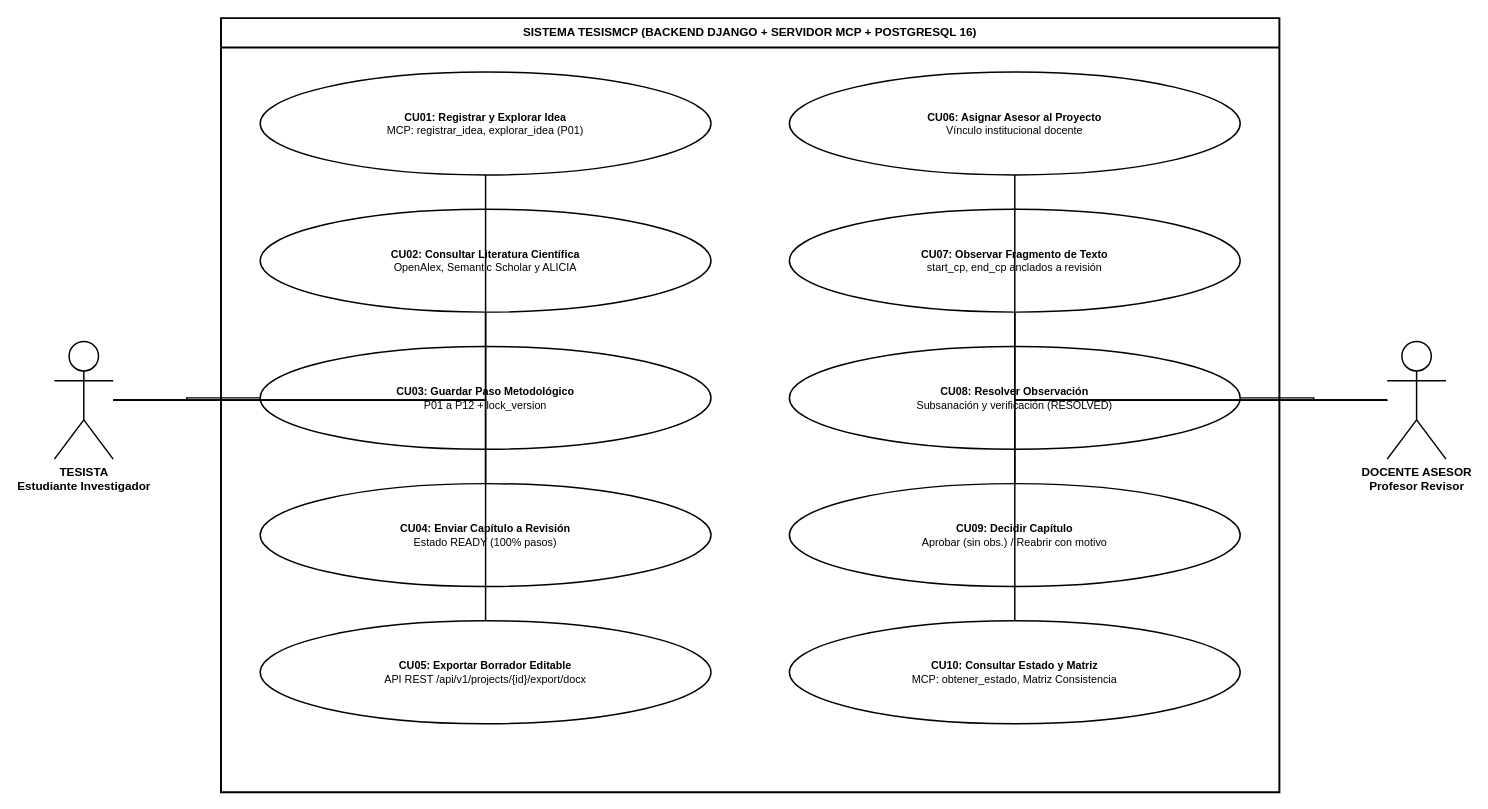
Above: docs/diagramas/04_casos_uso_sistema.drawio in Jupiloy/TesisMCP (draw.io), before the change. Source tidied: cells renumbered, new cells numbered last; positions are measured from the earlier drawing's top-left corner, leaving out a move shared by most shapes. Both pictures are drawn from the tidied source at 98%, with x=0, y=0 at pixel (54, 18).
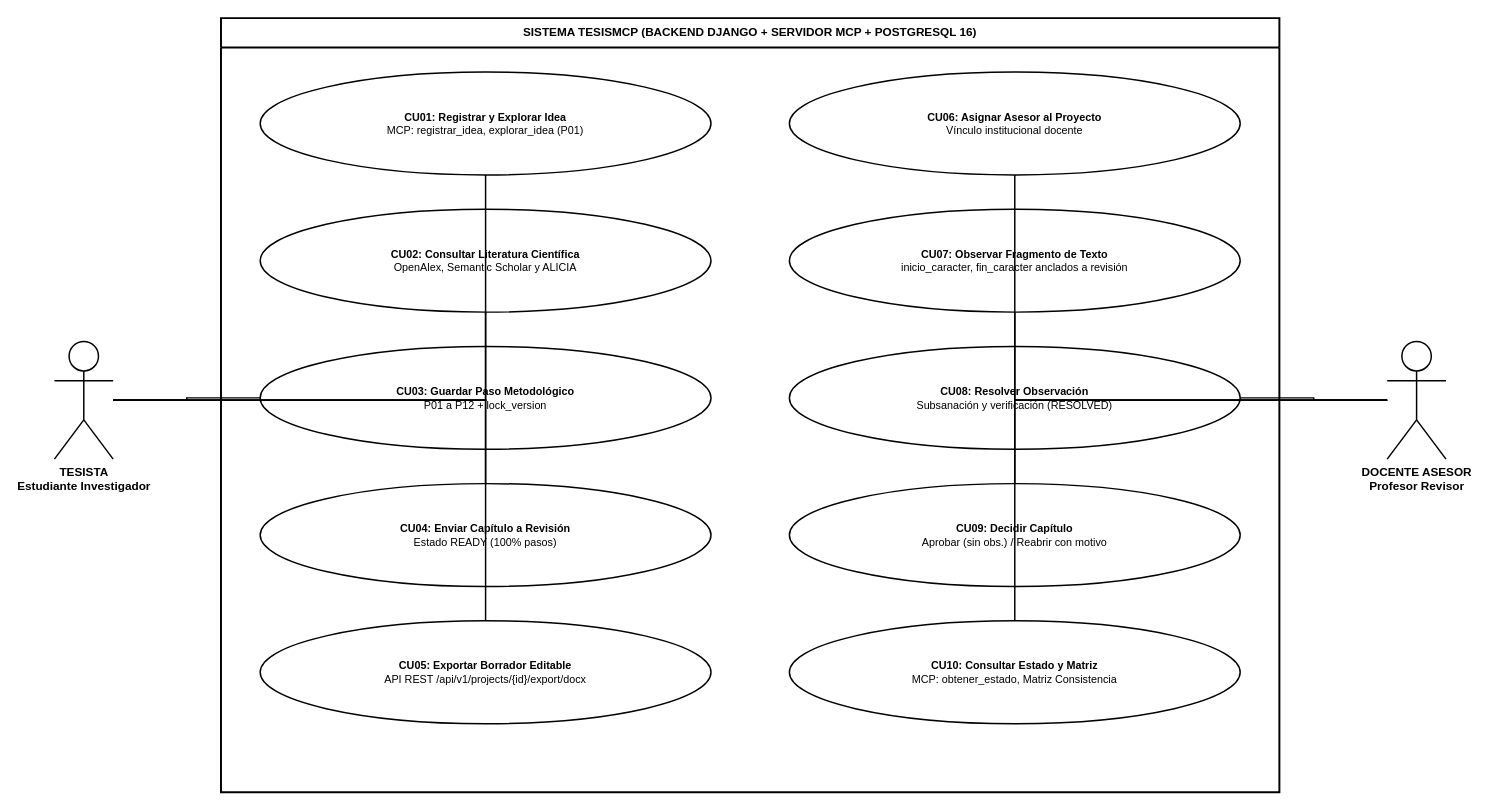
Above is the later version.

The change refers to these unchanged cells:
```xml
<mxCell id="2" value="SISTEMA TESISMCP (BACKEND DJANGO + SERVIDOR MCP + POSTGRESQL 16)" style="shape=swimlane;whiteSpace=wrap;html=1;strokeColor=#000000;strokeWidth=2;fillColor=#ffffff;startSize=30;fontSize=12;fontStyle=1;fontColor=#000000;fontFamily=Arial;" parent="1" vertex="1">
  <mxGeometry x="170" width="1080" height="790" as="geometry" />
</mxCell>
```

Diff of the diagram source:
```diff
@@
-    <mxCell id="11" value="&lt;b&gt;CU07: Observar Fragmento de Texto&lt;/b&gt;&lt;br/&gt;start_cp, end_cp anclados a revisión" style="ellipse;whiteSpace=wrap;html=1;strokeColor=#000000;strokeWidth=1.5;fillColor=#ffffff;align=center;verticalAlign=middle;fontSize=11;fontColor=#000000;fontFamily=Arial;" parent="2" vertex="1">
+    <mxCell id="11" value="&lt;b&gt;CU07: Observar Fragmento de Texto&lt;/b&gt;&lt;br/&gt;inicio_caracter, fin_caracter anclados a revisión" style="ellipse;whiteSpace=wrap;html=1;strokeColor=#000000;strokeWidth=1.5;fillColor=#ffffff;align=center;verticalAlign=middle;fontSize=11;fontColor=#000000;fontFamily=Arial;" parent="2" vertex="1">
       <mxGeometry x="580" y="195" width="460" height="105" as="geometry" />
     </mxCell>
```
